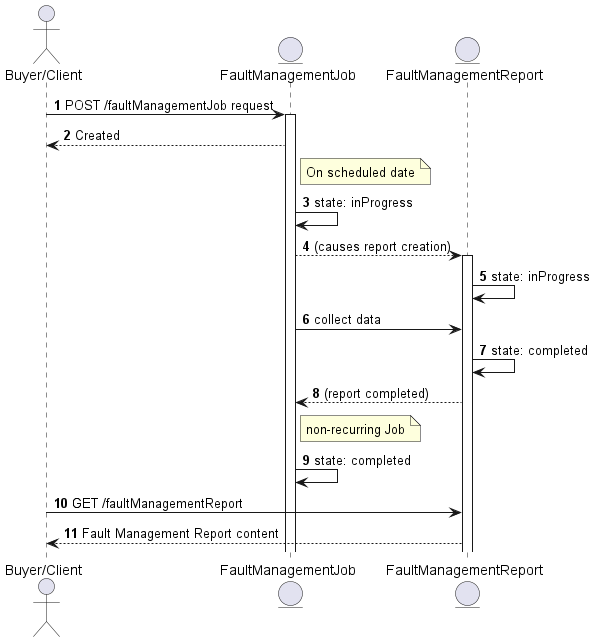
The PlantUML diagram documentation/serviceApi/fm/media/fmEntities.png in MEF-GIT/MEF-LSO-Legato-SDK, before a commit.
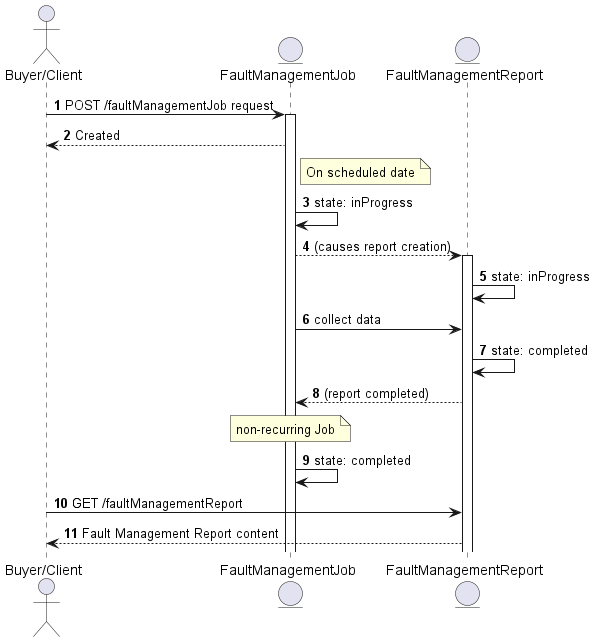
After the commit.

Change to the diagram source:
```diff
@@ -26,7 +26,7 @@
 
 FMR --> FJ: (report completed)
 
-note right of FJ: non-recurring Job
+note over of FJ: non-recurring Job
 FJ -> FJ: state: completed
 
 B -> FMR: GET /faultManagementReport
```
